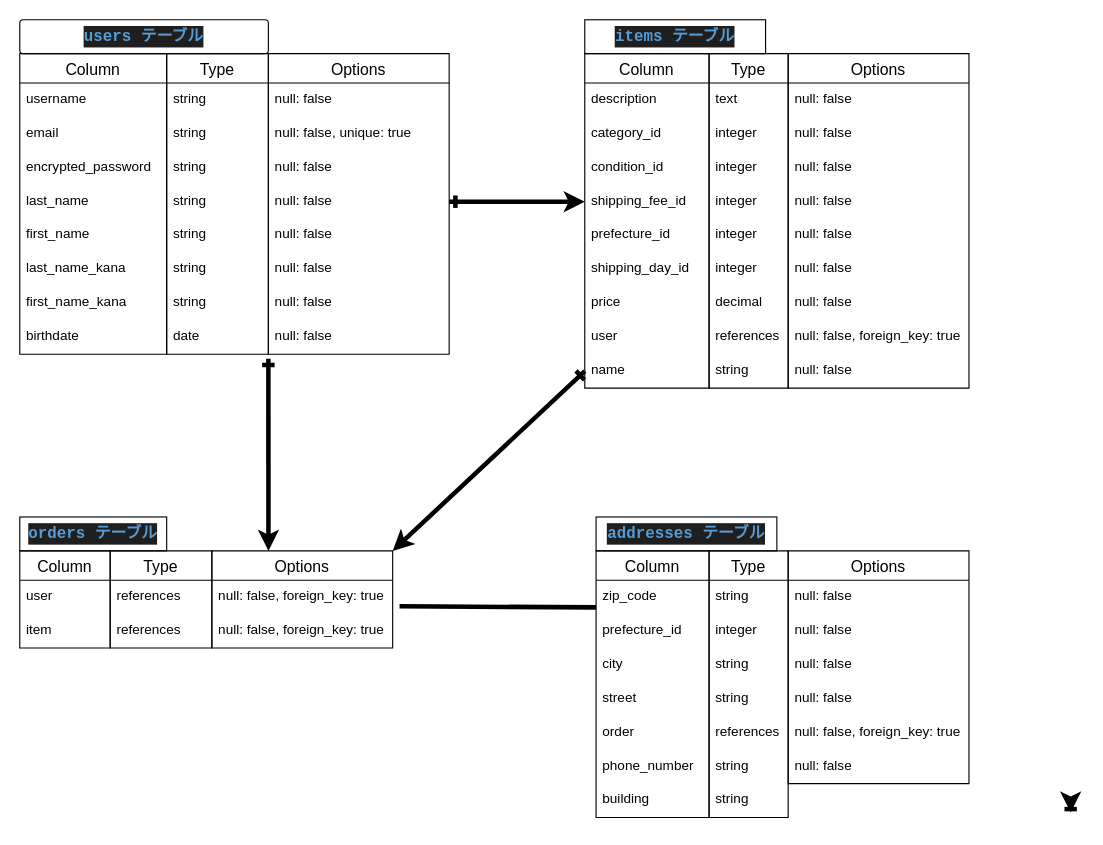
This is test.dio from yoshi-orms/furima-40005, a draw.io file, before an edit. Source tidied: cells renumbered, new cells numbered last; positions are measured from the earlier drawing's top-left corner, leaving out a move shared by most shapes. Both pictures are drawn from the tidied source at 113%, with x=0, y=0 at pixel (19, 19).
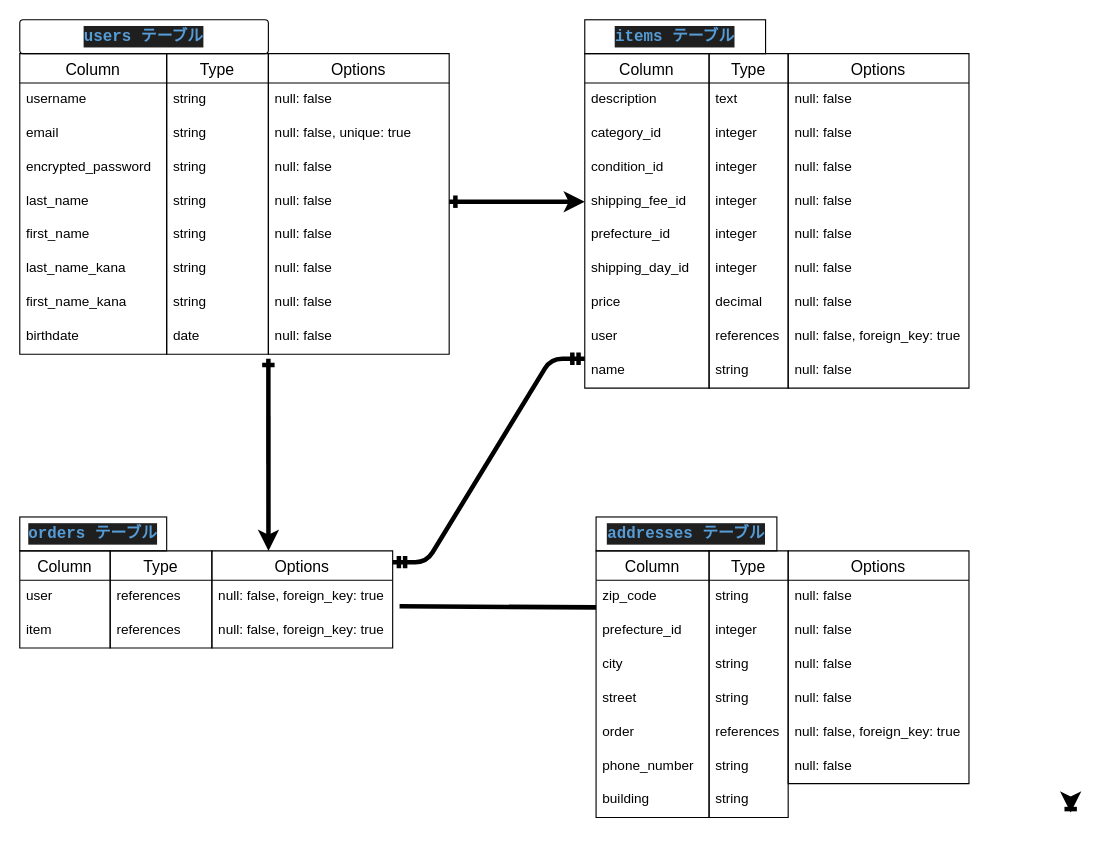
The same page after the edit.

Commit message (it also covers changes not shown here):
データベース設計　修正３

Unchanged cells that the change refers to:
```xml
<mxCell id="39" value="name" style="text;strokeColor=none;fillColor=none;spacingLeft=4;spacingRight=4;overflow=hidden;points=[[0,0.5],[1,0.5]];portConstraint=eastwest;fontSize=12;fontFamily=Helvetica;fontColor=default;" parent="30" vertex="1">
  <mxGeometry y="266" width="110" height="30" as="geometry" />
</mxCell>
<mxCell id="69" value="Options" style="swimlane;fontStyle=0;horizontal=1;startSize=26;align=center;fontSize=14;fontFamily=Helvetica;fontColor=default;fillColor=none;gradientColor=none;" parent="1" vertex="1">
  <mxGeometry x="170" y="470" width="160" height="86" as="geometry" />
</mxCell>
```

Diff of the diagram source:
```diff
@@
-    <mxCell id="98" style="edgeStyle=none;rounded=1;html=1;exitX=0;exitY=0.5;exitDx=0;exitDy=0;entryX=1;entryY=0;entryDx=0;entryDy=0;strokeWidth=4;fontFamily=Helvetica;fontSize=12;fontColor=default;startArrow=ERone;startFill=0;" parent="1" edge="1" source="39" target="69">
-      <mxGeometry relative="1" as="geometry" />
-    </mxCell>
@@
+    <mxCell id="100" style="edgeStyle=entityRelationEdgeStyle;fontSize=12;html=1;endArrow=ERmandOne;startArrow=ERmandOne;rounded=1;strokeColor=default;strokeWidth=4;fontFamily=Helvetica;fontColor=default;exitX=1;exitY=0.116;exitDx=0;exitDy=0;exitPerimeter=0;" parent="1" edge="1" source="69">
+      <mxGeometry relative="1" as="geometry">
+        <mxPoint x="500" y="300" as="targetPoint" />
+      </mxGeometry>
+    </mxCell>
```
